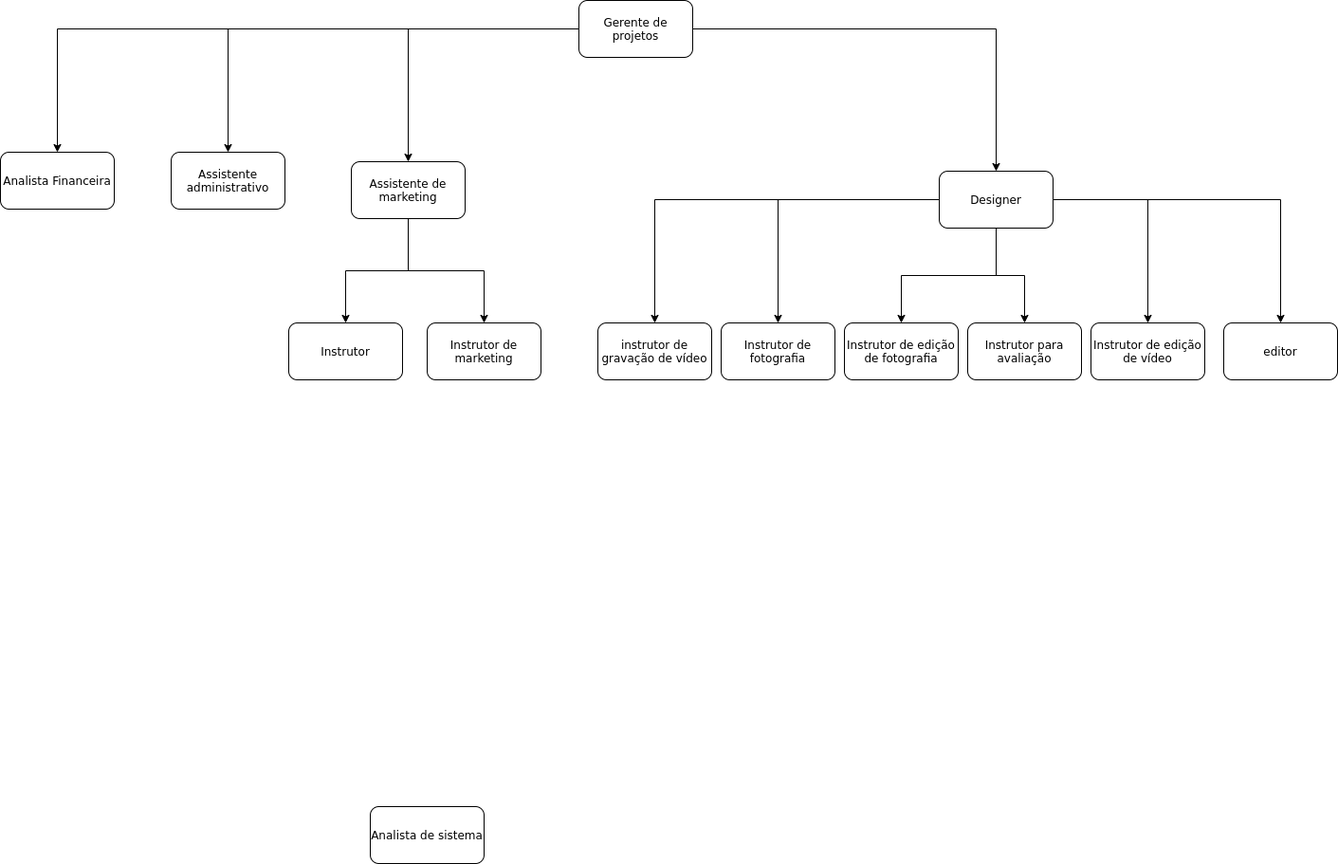
gusleaooliveira/bpmn keeps this draw.io diagram as diagrama-organizacao.png. Above is the earlier version. Source tidied: cells renumbered, new cells last; positions are measured from the earlier drawing's top-left corner, leaving out a move shared by most shapes.
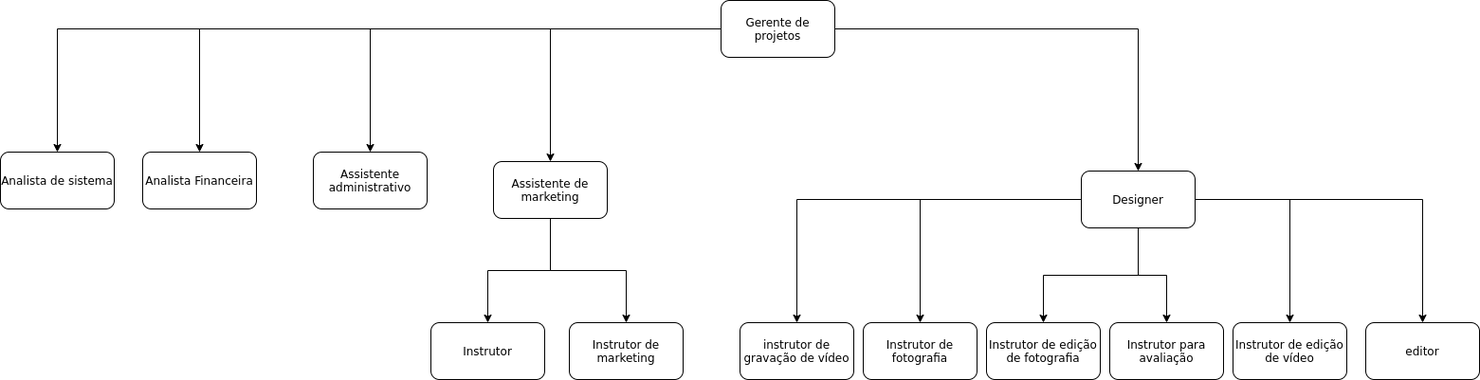
Later version of the same file.

Diff of the diagram source:
```diff
@@ -14,11 +14,14 @@
     <mxCell id="5" style="edgeStyle=orthogonalEdgeStyle;rounded=0;jettySize=auto;html=1;" parent="1" edge="1" source="6" target="8">
       <mxGeometry relative="1" as="geometry" />
     </mxCell>
+    <mxCell id="28" style="edgeStyle=orthogonalEdgeStyle;rounded=0;jettySize=auto;html=1;" parent="1" edge="1" source="6" target="7">
+      <mxGeometry relative="1" as="geometry" />
+    </mxCell>
     <mxCell id="6" value="Gerente de projetos" style="rounded=1;whiteSpace=wrap;html=1;" parent="1" vertex="1">
       <mxGeometry x="610" width="120" height="60" as="geometry" />
     </mxCell>
     <mxCell id="7" value="Analista de sistema" style="rounded=1;whiteSpace=wrap;html=1;" parent="1" vertex="1">
-      <mxGeometry x="390" y="850" width="120" height="60" as="geometry" />
+      <mxGeometry x="-150" y="160" width="120" height="60" as="geometry" />
     </mxCell>
     <mxCell id="8" value="Assistente administrativo" style="rounded=1;whiteSpace=wrap;html=1;" parent="1" vertex="1">
       <mxGeometry x="180" y="160" width="120" height="60" as="geometry" />
```
